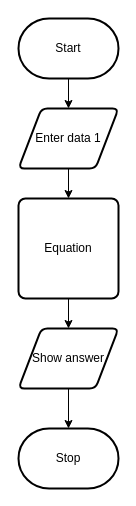
Before: design/flowchart.drawio in MTHS-ICS2O-2-2022/ICS2O-Unit-3-04-Jaden-Plugowsky-1, a draw.io diagram. Source tidied: cells renumbered, new cells numbered last; positions are measured from the earlier drawing's top-left corner, leaving out a move shared by most shapes. Both pictures are drawn from the tidied source at 100%, with x=0, y=0 at pixel (18, 18).
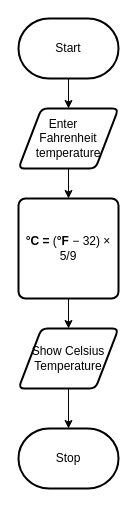
The same diagram, later.

The edit, as a diff of the source:
```diff
@@
 <mxGraphModel>
   <root>
     <mxCell id="0" />
     <mxCell id="1" parent="0" />
     <mxCell id="2" style="edgeStyle=orthogonalEdgeStyle;html=1;entryX=0.5;entryY=0;entryDx=0;entryDy=0;rounded=0;" parent="1" edge="1" source="3" target="6">
       <mxGeometry relative="1" as="geometry" />
     </mxCell>
     <mxCell id="3" value="Start" style="strokeWidth=2;html=1;shape=mxgraph.flowchart.terminator;whiteSpace=wrap;" parent="1" vertex="1">
       <mxGeometry width="100" height="60" as="geometry" />
     </mxCell>
     <mxCell id="4" value="Stop" style="strokeWidth=2;html=1;shape=mxgraph.flowchart.terminator;whiteSpace=wrap;" parent="1" vertex="1">
       <mxGeometry y="410" width="100" height="60" as="geometry" />
     </mxCell>
     <mxCell id="5" style="edgeStyle=orthogonalEdgeStyle;shape=connector;rounded=0;html=1;entryX=0.5;entryY=0;entryDx=0;entryDy=0;labelBackgroundColor=default;strokeColor=default;fontFamily=Helvetica;fontSize=11;fontColor=default;endArrow=classic;" parent="1" edge="1" source="6" target="10">
       <mxGeometry relative="1" as="geometry" />
     </mxCell>
-    <mxCell id="6" value="Enter data 1" style="shape=parallelogram;html=1;strokeWidth=2;perimeter=parallelogramPerimeter;whiteSpace=wrap;rounded=1;arcSize=12;size=0.23;" parent="1" vertex="1">
+    <mxCell id="6" value="Enter&amp;nbsp; &amp;nbsp; Fahrenheit temperature" style="shape=parallelogram;html=1;strokeWidth=2;perimeter=parallelogramPerimeter;whiteSpace=wrap;rounded=1;arcSize=12;size=0.23;align=center;" parent="1" vertex="1">
       <mxGeometry y="90" width="100" height="60" as="geometry" />
     </mxCell>
     <mxCell id="7" style="edgeStyle=orthogonalEdgeStyle;shape=connector;rounded=0;html=1;labelBackgroundColor=default;strokeColor=default;fontFamily=Helvetica;fontSize=11;fontColor=default;endArrow=classic;" parent="1" edge="1" source="8" target="4">
       <mxGeometry relative="1" as="geometry" />
     </mxCell>
-    <mxCell id="8" value="Show answer" style="shape=parallelogram;html=1;strokeWidth=2;perimeter=parallelogramPerimeter;whiteSpace=wrap;rounded=1;arcSize=12;size=0.23;" parent="1" vertex="1">
+    <mxCell id="8" value="Show Celsius Temperature" style="shape=parallelogram;html=1;strokeWidth=2;perimeter=parallelogramPerimeter;whiteSpace=wrap;rounded=1;arcSize=12;size=0.23;" parent="1" vertex="1">
       <mxGeometry y="310" width="100" height="60" as="geometry" />
     </mxCell>
     <mxCell id="9" style="edgeStyle=orthogonalEdgeStyle;shape=connector;rounded=0;html=1;entryX=0.5;entryY=0;entryDx=0;entryDy=0;labelBackgroundColor=default;strokeColor=default;fontFamily=Helvetica;fontSize=11;fontColor=default;endArrow=classic;" parent="1" edge="1" source="10" target="8">
       <mxGeometry relative="1" as="geometry" />
     </mxCell>
-    <mxCell id="10" value="Equation" style="rounded=1;whiteSpace=wrap;html=1;absoluteArcSize=1;arcSize=14;strokeWidth=2;" parent="1" vertex="1">
+    <mxCell id="10" value="&lt;b&gt;°C =&amp;nbsp;&lt;/b&gt;&lt;span style=&quot;background-color: initial;&quot;&gt;(&lt;/span&gt;&lt;b style=&quot;background-color: initial;&quot;&gt;°F&lt;/b&gt;&lt;span style=&quot;background-color: initial;&quot;&gt;&amp;nbsp;&lt;/span&gt;&lt;span style=&quot;background-color: initial;&quot;&gt;− 32) × 5/9&lt;/span&gt;&lt;b&gt;&lt;br&gt;&lt;/b&gt;" style="rounded=1;whiteSpace=wrap;html=1;absoluteArcSize=1;arcSize=14;strokeWidth=2;" parent="1" vertex="1">
       <mxGeometry y="180" width="100" height="100" as="geometry" />
     </mxCell>
   </root>
 </mxGraphModel>
```
